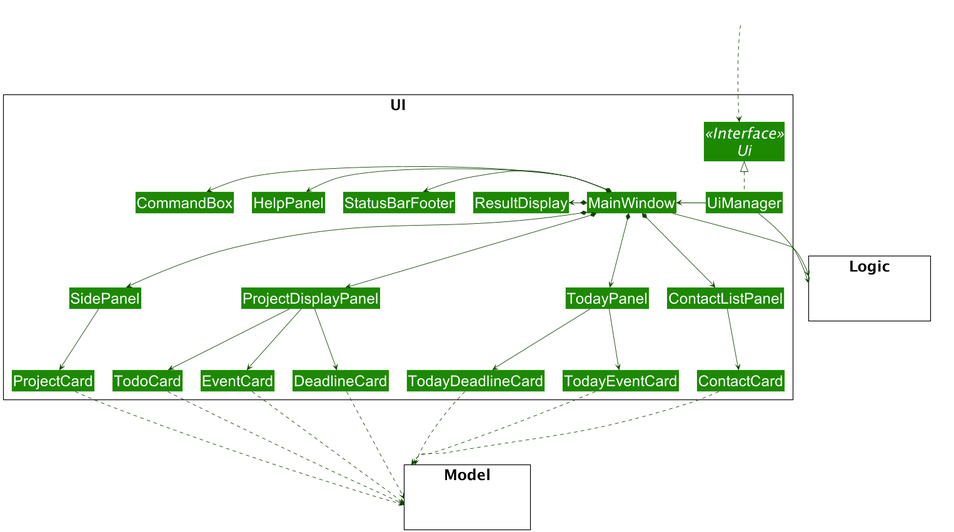
Earlier version of the PlantUML export docs/images/UiClassDiagram.png (nus-cs2103-AY2021S2/tp).
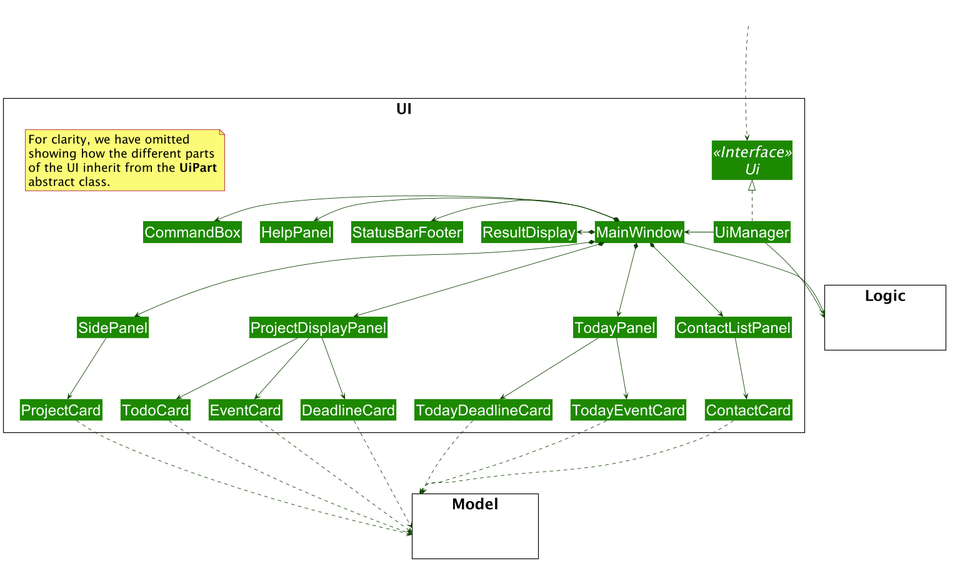
The same file after the commit.

Diff of the diagram source:
```diff
@@ -4,6 +4,7 @@
 skinparam arrowColor UI_COLOR_T4
 skinparam defaultFontSize 30
 skinparam classBackgroundColor UI_COLOR
+skinparam noteFontSize 24
 
 package UI <<Rectangle>>{
 Interface Ui <<Interface>>
@@ -24,6 +25,8 @@
 Class TodayEventCard
 Class StatusBarFooter
 Class CommandBox
+
+note "For clarity, we have omitted\nshowing how the different parts\nof the UI inherit from the **UiPart**\nabstract class." as Note
 }
 
 package Model <<Rectangle>> {
@@ -71,5 +74,6 @@
 Ui -[hidden]right--- Model
 Ui -[hidden]up--- HiddenOutside
 Ui -[hidden]up Logic
+UI -[hidden]left Note
 
 @enduml
```
